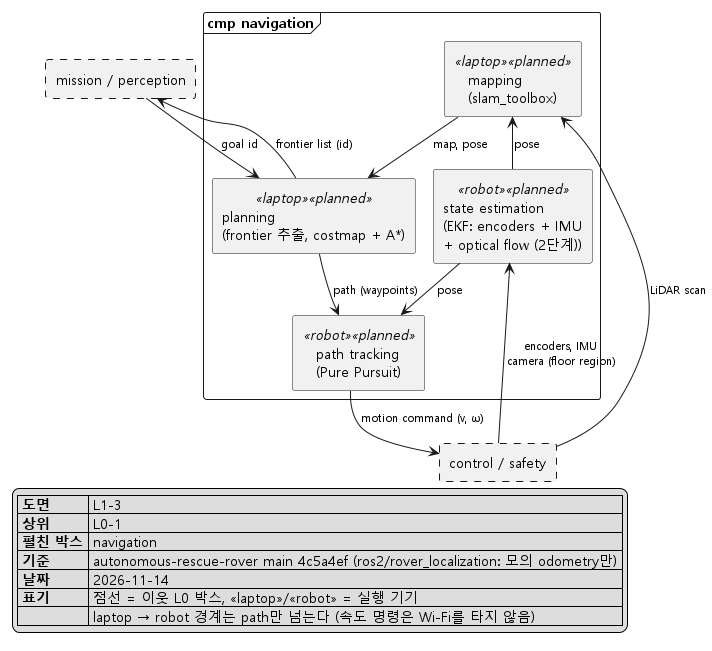
Earlier version of the PlantUML export docs/architecture/png/L1-3_navigation.png (Ruysong/autonomous-rescue-rover).
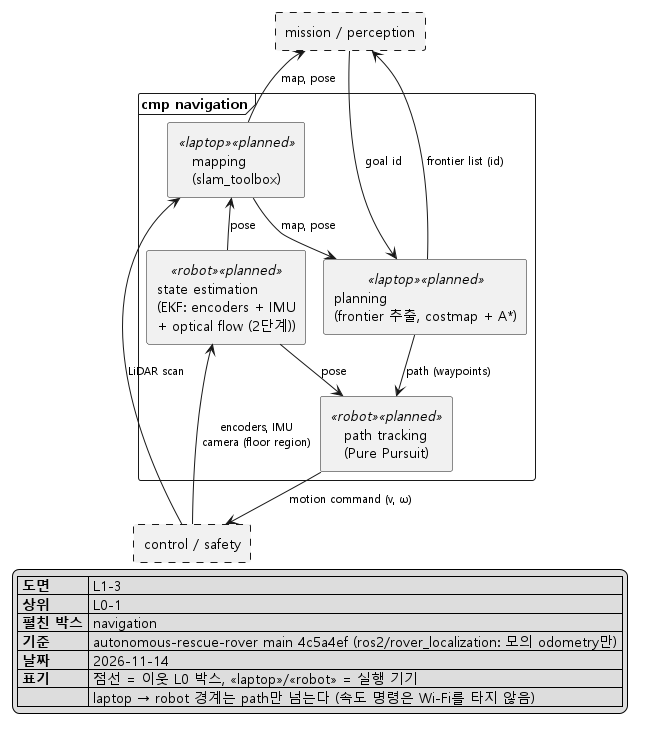
Above is the later version.

The edit, as a diff of the source:
```diff
@@ -20,6 +20,7 @@
 
 MISSION --> PLAN : goal id
 PLAN -up-> MISSION : frontier list (id)
+MAP -up-> MISSION : map, pose
 
 CONTROL -up-> EKF : encoders, IMU\ncamera (floor region)
 CONTROL -up-> MAP : LiDAR scan
```
